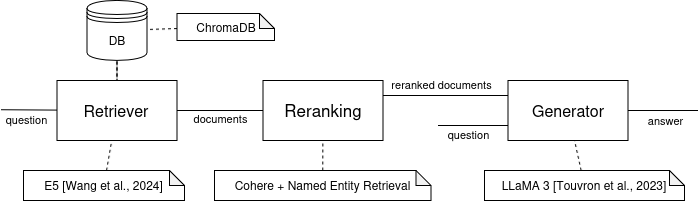
The draw.io diagram seminaireCA/images/RAG4Def.drawio.png in madelvallezpro/RAGRights, before a commit. Source tidied: cells renumbered, new cells last; positions are measured from the earlier drawing's top-left corner, leaving out a move shared by most shapes. The source it was exported from:
```xml
<mxGraphModel>
  <root>
    <mxCell id="0" />
    <mxCell id="1" parent="0" />
    <mxCell id="2" value="&lt;font style=&quot;font-size: 16px;&quot;&gt;Retriever&lt;/font&gt;" style="rounded=0;whiteSpace=wrap;html=1;" parent="1" vertex="1">
      <mxGeometry x="56.5" y="80" width="120" height="60" as="geometry" />
    </mxCell>
    <mxCell id="3" value="&lt;font style=&quot;font-size: 16px;&quot;&gt;Generator&lt;/font&gt;" style="rounded=0;whiteSpace=wrap;html=1;" parent="1" vertex="1">
      <mxGeometry x="507.5" y="80" width="120" height="60" as="geometry" />
    </mxCell>
    <mxCell id="4" style="edgeStyle=orthogonalEdgeStyle;rounded=0;jettySize=auto;html=1;endArrow=none;endFill=0;dashed=1;" parent="1" edge="1" source="5" target="2">
      <mxGeometry relative="1" as="geometry" />
    </mxCell>
    <mxCell id="5" value="DB" style="shape=datastore;whiteSpace=wrap;html=1;" parent="1" vertex="1">
      <mxGeometry x="86.5" width="60" height="60" as="geometry" />
    </mxCell>
    <mxCell id="6" style="endArrow=none;html=1;rounded=0;exitX=1;exitY=0.5;exitDx=0;exitDy=0;" parent="1" edge="1" source="3">
      <mxGeometry relative="1" as="geometry">
        <mxPoint x="697.5" y="110" as="targetPoint" />
      </mxGeometry>
    </mxCell>
    <mxCell id="7" value="answer" style="edgeLabel;html=1;align=center;verticalAlign=middle;" parent="6" vertex="1">
      <mxGeometry x="-0.06" y="1" relative="1" as="geometry">
        <mxPoint x="4" y="11" as="offset" />
      </mxGeometry>
    </mxCell>
    <mxCell id="8" style="endArrow=none;html=1;rounded=0;exitX=1;exitY=0.25;exitDx=0;exitDy=0;entryX=0;entryY=0.25;entryDx=0;entryDy=0;" parent="1" edge="1" source="12" target="3">
      <mxGeometry relative="1" as="geometry" />
    </mxCell>
    <mxCell id="9" value="reranked documents" style="edgeLabel;html=1;align=center;verticalAlign=middle;" parent="8" vertex="1">
      <mxGeometry x="0.04" relative="1" as="geometry">
        <mxPoint x="-6" y="-11" as="offset" />
      </mxGeometry>
    </mxCell>
    <mxCell id="10" style="endArrow=none;html=1;rounded=0;" parent="1" edge="1" target="2">
      <mxGeometry relative="1" as="geometry">
        <mxPoint x="0.5" y="109.2" as="sourcePoint" />
      </mxGeometry>
    </mxCell>
    <mxCell id="11" value="&lt;div align=&quot;left&quot;&gt;question&lt;/div&gt;" style="edgeLabel;html=1;align=center;verticalAlign=middle;" parent="10" vertex="1">
      <mxGeometry x="-0.1" relative="1" as="geometry">
        <mxPoint y="9" as="offset" />
      </mxGeometry>
    </mxCell>
    <mxCell id="12" value="&lt;font style=&quot;font-size: 17px;&quot;&gt;Reranking&lt;/font&gt;" style="rounded=0;whiteSpace=wrap;html=1;" parent="1" vertex="1">
      <mxGeometry x="262.5" y="80" width="120" height="60" as="geometry" />
    </mxCell>
    <mxCell id="13" style="rounded=0;jettySize=auto;html=1;exitX=1;exitY=0.5;exitDx=0;exitDy=0;endArrow=none;endFill=0;" parent="1" edge="1" source="2" target="12">
      <mxGeometry relative="1" as="geometry" />
    </mxCell>
    <mxCell id="14" value="documents" style="edgeLabel;html=1;align=center;verticalAlign=middle;" parent="13" vertex="1">
      <mxGeometry x="-0.35" y="1" relative="1" as="geometry">
        <mxPoint x="15" y="9" as="offset" />
      </mxGeometry>
    </mxCell>
    <mxCell id="15" style="endArrow=none;html=1;rounded=0;entryX=0;entryY=0.75;entryDx=0;entryDy=0;" parent="1" edge="1" target="3">
      <mxGeometry relative="1" as="geometry">
        <mxPoint x="437.5" y="125" as="sourcePoint" />
      </mxGeometry>
    </mxCell>
    <mxCell id="16" value="question" style="edgeLabel;html=1;align=center;verticalAlign=middle;" parent="15" vertex="1">
      <mxGeometry x="-0.9" relative="1" as="geometry">
        <mxPoint x="27" y="9" as="offset" />
      </mxGeometry>
    </mxCell>
    <mxCell id="17" value="E5&amp;nbsp;[Wang et al., 2024]" style="shape=note;whiteSpace=wrap;html=1;backgroundOutline=1;darkOpacity=0.05;size=15;direction=east;" parent="1" vertex="1">
      <mxGeometry x="23" y="170" width="161" height="30" as="geometry" />
    </mxCell>
    <mxCell id="18" style="endArrow=none;dashed=1;html=1;rounded=0;" parent="1" edge="1" source="17" target="2">
      <mxGeometry relative="1" as="geometry" />
    </mxCell>
    <mxCell id="19" value="ChromaDB" style="shape=note;whiteSpace=wrap;html=1;backgroundOutline=1;darkOpacity=0.05;size=15;direction=east;" parent="1" vertex="1">
      <mxGeometry x="176.5" y="13" width="97.5" height="27" as="geometry" />
    </mxCell>
    <mxCell id="20" style="endArrow=none;dashed=1;html=1;rounded=0;" parent="1" edge="1" source="19" target="5">
      <mxGeometry relative="1" as="geometry" />
    </mxCell>
    <mxCell id="21" value="Cohere + Named Entity Retrieval" style="shape=note;whiteSpace=wrap;html=1;backgroundOutline=1;darkOpacity=0.05;size=15;direction=east;" parent="1" vertex="1">
      <mxGeometry x="214" y="170" width="216.5" height="30" as="geometry" />
    </mxCell>
    <mxCell id="22" style="endArrow=none;dashed=1;html=1;rounded=0;" parent="1" edge="1" source="21" target="12">
      <mxGeometry relative="1" as="geometry" />
    </mxCell>
    <mxCell id="23" value="LLaMA 3 [Touvron et al., 2023]" style="shape=note;whiteSpace=wrap;html=1;backgroundOutline=1;darkOpacity=0.05;size=15;direction=east;" parent="1" vertex="1">
      <mxGeometry x="484" y="170" width="200" height="30" as="geometry" />
    </mxCell>
    <mxCell id="24" style="endArrow=none;dashed=1;html=1;rounded=0;" parent="1" edge="1" source="23" target="3">
      <mxGeometry relative="1" as="geometry" />
    </mxCell>
  </root>
</mxGraphModel>
```
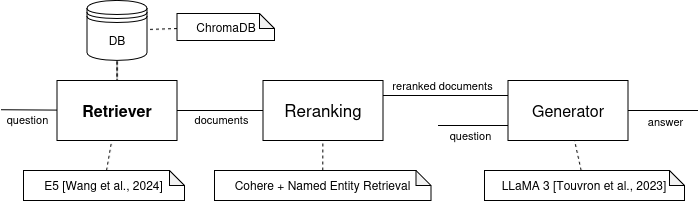
The same diagram one commit later.

What changed in the source:
```diff
@@ -2,7 +2,7 @@
   <root>
     <mxCell id="0" />
     <mxCell id="1" parent="0" />
-    <mxCell id="2" value="&lt;font style=&quot;font-size: 16px;&quot;&gt;Retriever&lt;/font&gt;" style="rounded=0;whiteSpace=wrap;html=1;" parent="1" vertex="1">
+    <mxCell id="2" value="&lt;b&gt;&lt;font style=&quot;font-size: 16px;&quot;&gt;Retriever&lt;/font&gt;&lt;/b&gt;" style="rounded=0;whiteSpace=wrap;html=1;" parent="1" vertex="1">
       <mxGeometry x="56.5" y="80" width="120" height="60" as="geometry" />
     </mxCell>
     <mxCell id="3" value="&lt;font style=&quot;font-size: 16px;&quot;&gt;Generator&lt;/font&gt;" style="rounded=0;whiteSpace=wrap;html=1;" parent="1" vertex="1">
```
